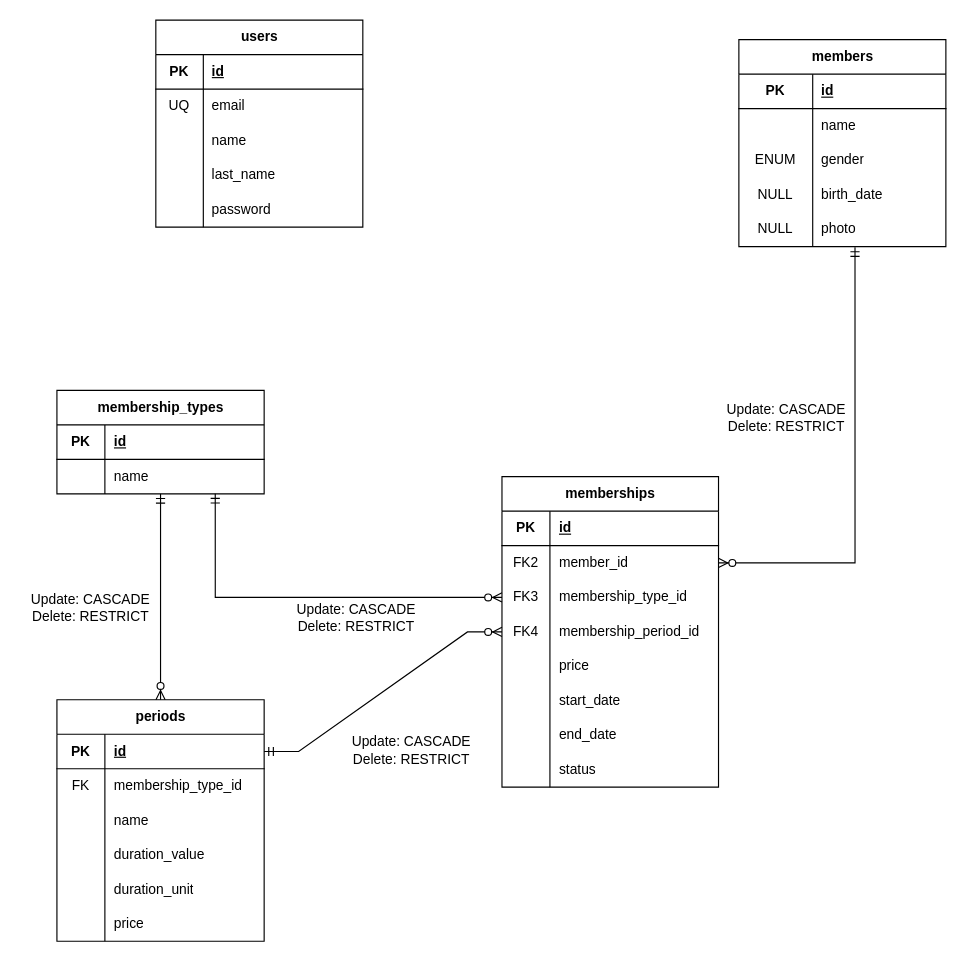
The draw.io diagram docs/logical-design.drawio in hdz-kevin/TecnoGym, before the edit. Source tidied: cells renumbered, new cells numbered last; positions are measured from the earlier drawing's top-left corner, leaving out a move shared by most shapes. Both pictures are drawn from the tidied source at 115%, with x=0, y=0 at pixel (20, 20).
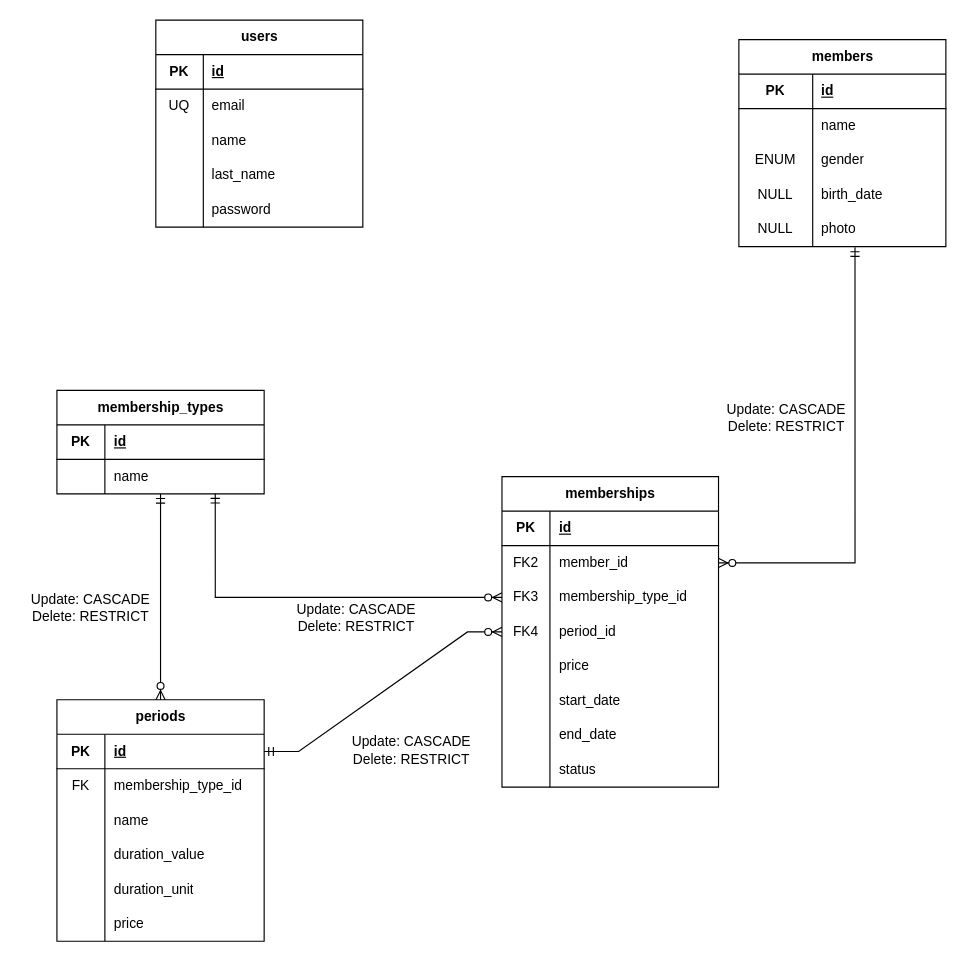
The same diagram, later.

Commit message (it also covers changes not shown here):
add membership model and define its relationship methods

Unchanged cells that the change refers to:
```xml
<mxCell id="71" style="shape=tableRow;horizontal=0;startSize=0;swimlaneHead=0;swimlaneBody=0;fillColor=none;points=[[0,0.5],[1,0.5]];portConstraint=eastwest;top=0;left=0;right=0;bottom=0;" parent="61" vertex="1">
  <mxGeometry y="120" width="188.3" height="30" as="geometry" />
</mxCell>
```

The edit, as a diff of the source:
```diff
@@
-    <mxCell id="73" value="membership_period_id" style="shape=partialRectangle;fillColor=none;top=0;left=0;bottom=0;right=0;align=left;spacingLeft=6;overflow=hidden;whiteSpace=wrap;html=1;" parent="71" vertex="1">
+    <mxCell id="73" value="period_id" style="shape=partialRectangle;fillColor=none;top=0;left=0;bottom=0;right=0;align=left;spacingLeft=6;overflow=hidden;whiteSpace=wrap;html=1;" parent="71" vertex="1">
       <mxGeometry x="41.7" width="146.5" height="30" as="geometry" />
     </mxCell>
```
